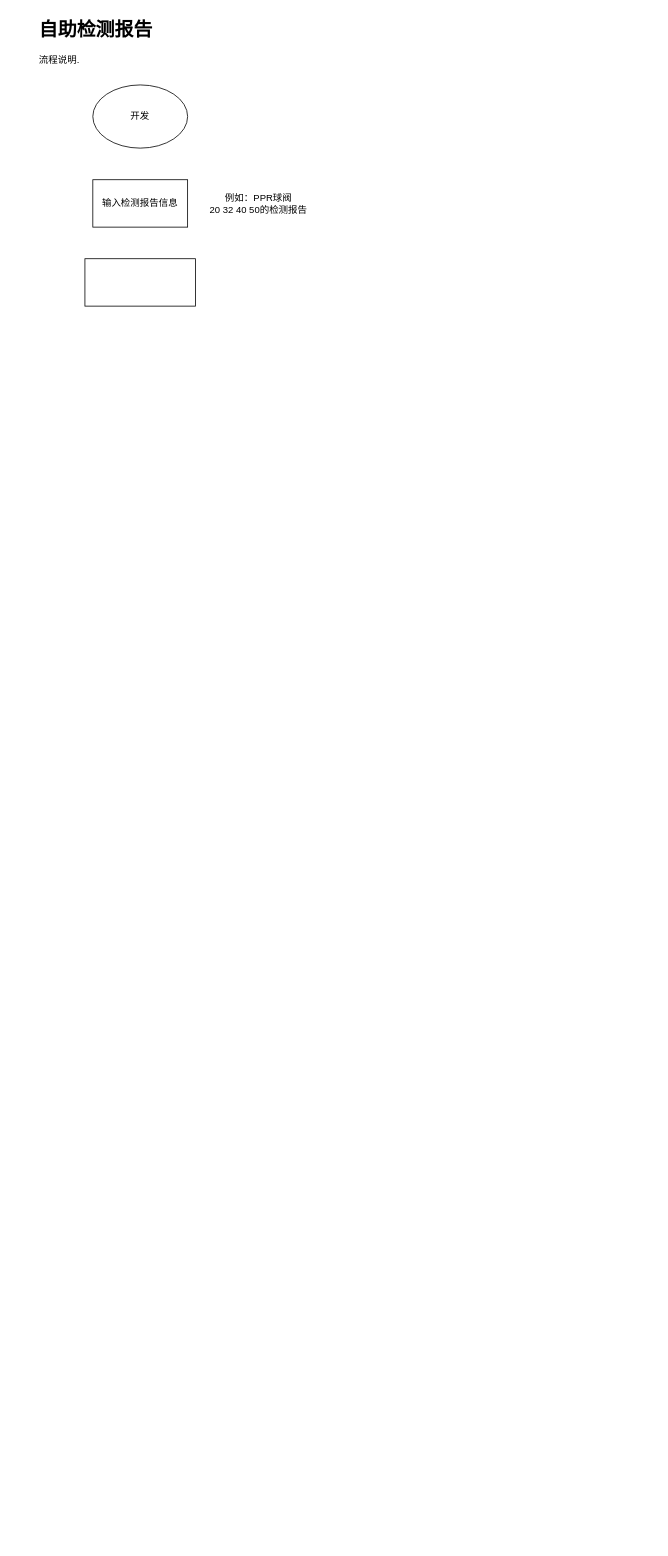
Above: page "AI" (2 of 3) of Vasen.drawio in CongMinYin/flow (draw.io), before the change. Source tidied: cells renumbered, new cells numbered last; positions are measured from the earlier drawing's top-left corner, leaving out a move shared by most shapes. Both pictures are drawn from the tidied source at 79%, with x=0, y=0 at pixel (37, 13).
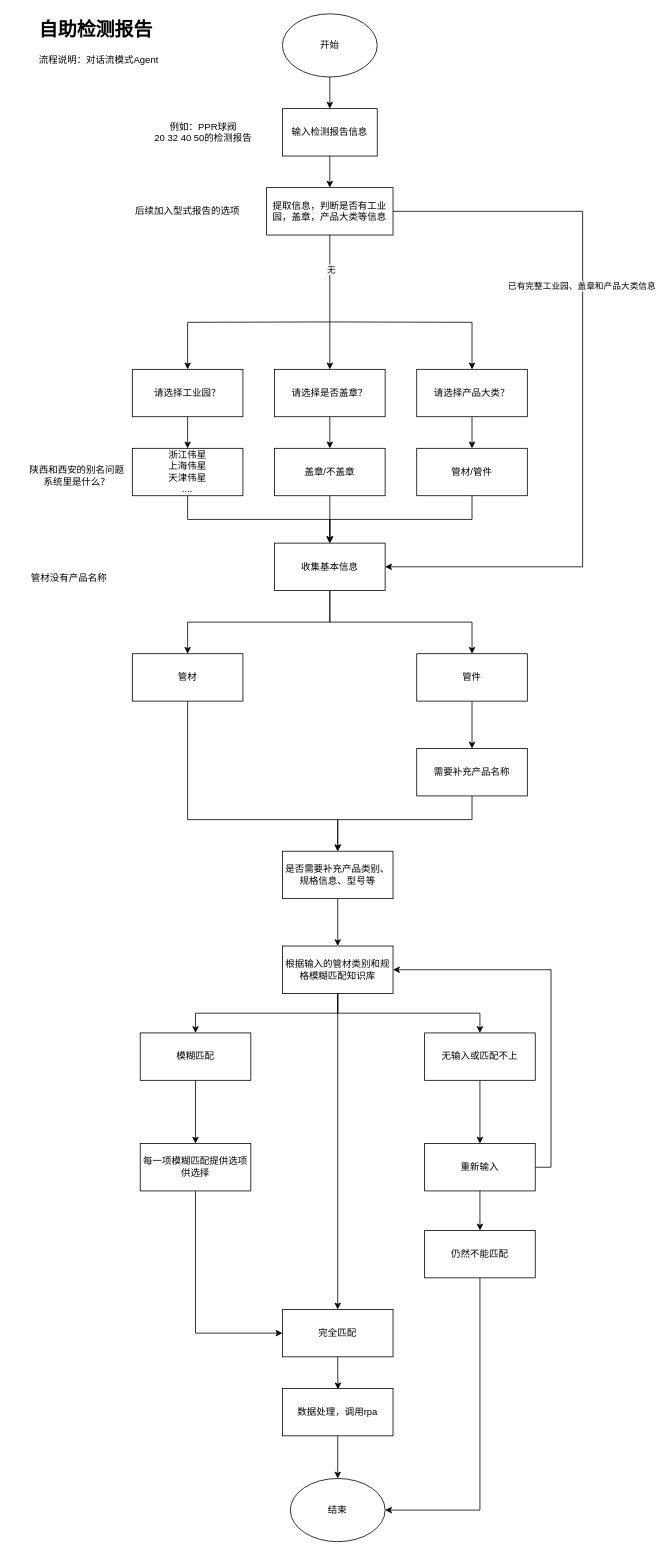
Above is the later version.

What changed in the source:
```diff
@@
-    <mxCell id="2" value="&lt;h1 style=&quot;margin-top: 0px;&quot;&gt;自助检测报告&lt;/h1&gt;&lt;p&gt;流程说明.&lt;/p&gt;" style="text;html=1;whiteSpace=wrap;overflow=hidden;rounded=0;" parent="1" vertex="1">
+    <mxCell id="2" value="&lt;h1 style=&quot;margin-top: 0px;&quot;&gt;自助检测报告&lt;/h1&gt;&lt;p&gt;流程说明：对话流模式Agent&lt;/p&gt;" style="text;html=1;whiteSpace=wrap;overflow=hidden;rounded=0;" parent="1" vertex="1">
       <mxGeometry width="180" height="120" as="geometry" />
     </mxCell>
+    <mxCell id="7" style="edgeStyle=orthogonalEdgeStyle;rounded=0;jettySize=auto;html=1;exitX=0.5;exitY=1;exitDx=0;exitDy=0;" parent="1" edge="1" source="3" target="4">
+      <mxGeometry relative="1" as="geometry" />
+    </mxCell>
-    <mxCell id="3" value="开发" style="ellipse;whiteSpace=wrap;html=1;" parent="1" vertex="1">
-      <mxGeometry x="70" y="90" width="120" height="80" as="geometry" />
+    <mxCell id="3" value="开始" style="ellipse;whiteSpace=wrap;html=1;" parent="1" vertex="1">
+      <mxGeometry x="310" width="120" height="80" as="geometry" />
     </mxCell>
+    <mxCell id="8" style="edgeStyle=orthogonalEdgeStyle;rounded=0;jettySize=auto;html=1;exitX=0.5;exitY=1;exitDx=0;exitDy=0;entryX=0.5;entryY=0;entryDx=0;entryDy=0;" parent="1" edge="1" source="4" target="17">
+      <mxGeometry relative="1" as="geometry" />
+    </mxCell>
     <mxCell id="4" value="输入检测报告信息" style="rounded=0;whiteSpace=wrap;html=1;" parent="1" vertex="1">
-      <mxGeometry x="70" y="210" width="120" height="60" as="geometry" />
+      <mxGeometry x="310" y="120" width="120" height="60" as="geometry" />
     </mxCell>
+    <mxCell id="9" style="edgeStyle=orthogonalEdgeStyle;rounded=0;jettySize=auto;html=1;exitX=0.5;exitY=1;exitDx=0;exitDy=0;entryX=0.5;entryY=0;entryDx=0;entryDy=0;" parent="1" edge="1" source="5" target="23">
+      <mxGeometry relative="1" as="geometry" />
+    </mxCell>
-    <mxCell id="5" style="rounded=0;whiteSpace=wrap;html=1;" parent="1" vertex="1">
-      <mxGeometry x="60" y="310" width="140" height="60" as="geometry" />
+    <mxCell id="5" value="请选择工业园？" style="rounded=0;whiteSpace=wrap;html=1;" parent="1" vertex="1">
+      <mxGeometry x="120" y="450" width="140" height="60" as="geometry" />
     </mxCell>
     <mxCell id="6" value="例如：&lt;span style=&quot;color: light-dark(rgb(0, 0, 0), rgb(255, 255, 255)); background-color: transparent; text-align: left;&quot;&gt;PPR球阀20&amp;nbsp;32&amp;nbsp;40&amp;nbsp;50的检测报告&lt;/span&gt;" style="text;html=1;whiteSpace=wrap;strokeColor=none;fillColor=none;align=center;verticalAlign=middle;rounded=0;" parent="1" vertex="1">
-      <mxGeometry x="210" y="225" width="140" height="30" as="geometry" />
+      <mxGeometry x="140" y="135" width="140" height="30" as="geometry" />
     </mxCell>
+    <mxCell id="10" style="edgeStyle=orthogonalEdgeStyle;rounded=0;jettySize=auto;html=1;exitX=0.5;exitY=1;exitDx=0;exitDy=0;" parent="1" edge="1" source="11" target="30">
+      <mxGeometry relative="1" as="geometry" />
+    </mxCell>
+    <mxCell id="11" value="请选择产品大类？" style="rounded=0;whiteSpace=wrap;html=1;" parent="1" vertex="1">
+      <mxGeometry x="480" y="450" width="140" height="60" as="geometry" />
+    </mxCell>
+    <mxCell id="12" value="后续加入型式报告的选项" style="text;html=1;whiteSpace=wrap;strokeColor=none;fillColor=none;align=center;verticalAlign=middle;rounded=0;" parent="1" vertex="1">
+      <mxGeometry x="120" y="235" width="140" height="30" as="geometry" />
+    </mxCell>
+    <mxCell id="13" style="edgeStyle=orthogonalEdgeStyle;rounded=0;jettySize=auto;html=1;exitX=0.5;exitY=1;exitDx=0;exitDy=0;" parent="1" edge="1" source="17" target="21">
+      <mxGeometry relative="1" as="geometry" />
+    </mxCell>
+    <mxCell id="14" value="无" style="edgeLabel;html=1;align=center;verticalAlign=middle;" parent="13" vertex="1">
+      <mxGeometry x="-0.5" y="1" relative="1" as="geometry" />
+    </mxCell>
+    <mxCell id="15" style="edgeStyle=orthogonalEdgeStyle;rounded=0;jettySize=auto;html=1;exitX=1;exitY=0.5;exitDx=0;exitDy=0;entryX=1;entryY=0.5;entryDx=0;entryDy=0;" parent="1" edge="1" source="17" target="60">
+      <mxGeometry relative="1" as="geometry">
+        <Array as="points">
+          <mxPoint x="690" y="250" />
+          <mxPoint x="690" y="700" />
+        </Array>
+      </mxGeometry>
+    </mxCell>
+    <mxCell id="16" value="已有完整工业园、盖章和产品大类信息" style="edgeLabel;html=1;align=center;verticalAlign=middle;" parent="15" vertex="1">
+      <mxGeometry x="-0.29" y="-2" relative="1" as="geometry" />
+    </mxCell>
+    <mxCell id="17" value="提取信息，判断是否有工业园，盖章，产品大类等信息" style="rounded=0;whiteSpace=wrap;html=1;" parent="1" vertex="1">
+      <mxGeometry x="290" y="220" width="160" height="60" as="geometry" />
+    </mxCell>
+    <mxCell id="18" style="edgeStyle=orthogonalEdgeStyle;rounded=0;jettySize=auto;html=1;exitX=0.5;exitY=1;exitDx=0;exitDy=0;entryX=0.5;entryY=0;entryDx=0;entryDy=0;" parent="1" edge="1" target="5">
+      <mxGeometry relative="1" as="geometry">
+        <mxPoint x="370" y="390" as="sourcePoint" />
+      </mxGeometry>
+    </mxCell>
+    <mxCell id="19" style="edgeStyle=orthogonalEdgeStyle;rounded=0;jettySize=auto;html=1;exitX=0.5;exitY=1;exitDx=0;exitDy=0;" parent="1" edge="1" target="11">
+      <mxGeometry relative="1" as="geometry">
+        <mxPoint x="370" y="390" as="sourcePoint" />
+      </mxGeometry>
+    </mxCell>
+    <mxCell id="20" style="edgeStyle=orthogonalEdgeStyle;rounded=0;jettySize=auto;html=1;exitX=0.5;exitY=1;exitDx=0;exitDy=0;" parent="1" edge="1" source="21" target="26">
+      <mxGeometry relative="1" as="geometry" />
+    </mxCell>
+    <mxCell id="21" value="请选择是否盖章？" style="rounded=0;whiteSpace=wrap;html=1;" parent="1" vertex="1">
+      <mxGeometry x="300" y="450" width="140" height="60" as="geometry" />
+    </mxCell>
+    <mxCell id="22" style="edgeStyle=orthogonalEdgeStyle;rounded=0;jettySize=auto;html=1;exitX=0.5;exitY=1;exitDx=0;exitDy=0;entryX=0.5;entryY=0;entryDx=0;entryDy=0;" parent="1" edge="1" source="23" target="60">
+      <mxGeometry relative="1" as="geometry" />
+    </mxCell>
+    <mxCell id="23" value="浙江伟星&lt;div&gt;上海伟星&lt;/div&gt;&lt;div&gt;天津伟星&lt;/div&gt;&lt;div&gt;....&lt;/div&gt;" style="rounded=0;whiteSpace=wrap;html=1;" parent="1" vertex="1">
+      <mxGeometry x="120" y="550" width="140" height="60" as="geometry" />
+    </mxCell>
+    <mxCell id="24" value="陕西和西安的别名问题&lt;div&gt;系统里是什么？&lt;/div&gt;" style="text;html=1;whiteSpace=wrap;strokeColor=none;fillColor=none;align=center;verticalAlign=middle;rounded=0;" parent="1" vertex="1">
+      <mxGeometry x="-20" y="570" width="140" height="30" as="geometry" />
+    </mxCell>
+    <mxCell id="25" style="edgeStyle=orthogonalEdgeStyle;rounded=0;jettySize=auto;html=1;exitX=0.5;exitY=1;exitDx=0;exitDy=0;entryX=0.5;entryY=0;entryDx=0;entryDy=0;" parent="1" edge="1" source="26" target="60">
+      <mxGeometry relative="1" as="geometry" />
+    </mxCell>
+    <mxCell id="26" value="盖章/不盖章" style="rounded=0;whiteSpace=wrap;html=1;" parent="1" vertex="1">
+      <mxGeometry x="300" y="550" width="140" height="60" as="geometry" />
+    </mxCell>
+    <mxCell id="27" style="edgeStyle=orthogonalEdgeStyle;rounded=0;jettySize=auto;html=1;exitX=0.5;exitY=1;exitDx=0;exitDy=0;entryX=0.5;entryY=0;entryDx=0;entryDy=0;" parent="1" edge="1" source="60" target="34">
+      <mxGeometry relative="1" as="geometry" />
+    </mxCell>
+    <mxCell id="28" style="edgeStyle=orthogonalEdgeStyle;rounded=0;jettySize=auto;html=1;exitX=0.5;exitY=1;exitDx=0;exitDy=0;entryX=0.5;entryY=0;entryDx=0;entryDy=0;" parent="1" edge="1" source="60" target="32">
+      <mxGeometry relative="1" as="geometry" />
+    </mxCell>
+    <mxCell id="29" style="edgeStyle=orthogonalEdgeStyle;rounded=0;jettySize=auto;html=1;exitX=0.5;exitY=1;exitDx=0;exitDy=0;entryX=0.5;entryY=0;entryDx=0;entryDy=0;" parent="1" edge="1" source="30" target="60">
+      <mxGeometry relative="1" as="geometry" />
+    </mxCell>
+    <mxCell id="30" value="管材/管件" style="rounded=0;whiteSpace=wrap;html=1;" parent="1" vertex="1">
+      <mxGeometry x="480" y="550" width="140" height="60" as="geometry" />
+    </mxCell>
+    <mxCell id="31" style="edgeStyle=orthogonalEdgeStyle;rounded=0;jettySize=auto;html=1;exitX=0.5;exitY=1;exitDx=0;exitDy=0;" parent="1" edge="1" source="32" target="43">
+      <mxGeometry relative="1" as="geometry" />
+    </mxCell>
+    <mxCell id="32" value="管件" style="rounded=0;whiteSpace=wrap;html=1;" parent="1" vertex="1">
+      <mxGeometry x="480" y="810" width="140" height="60" as="geometry" />
+    </mxCell>
+    <mxCell id="33" style="edgeStyle=orthogonalEdgeStyle;rounded=0;jettySize=auto;html=1;exitX=0.5;exitY=1;exitDx=0;exitDy=0;" parent="1" edge="1" source="34" target="37">
+      <mxGeometry relative="1" as="geometry">
+        <Array as="points">
+          <mxPoint x="190" y="1020" />
+          <mxPoint x="380" y="1020" />
+        </Array>
+      </mxGeometry>
+    </mxCell>
+    <mxCell id="34" value="管材" style="rounded=0;whiteSpace=wrap;html=1;" parent="1" vertex="1">
+      <mxGeometry x="120" y="810" width="140" height="60" as="geometry" />
+    </mxCell>
+    <mxCell id="35" value="管材没有产品名称" style="text;html=1;whiteSpace=wrap;strokeColor=none;fillColor=none;align=center;verticalAlign=middle;rounded=0;" parent="1" vertex="1">
+      <mxGeometry x="-30" y="700" width="140" height="30" as="geometry" />
+    </mxCell>
+    <mxCell id="36" style="edgeStyle=orthogonalEdgeStyle;rounded=0;jettySize=auto;html=1;exitX=0.5;exitY=1;exitDx=0;exitDy=0;" parent="1" edge="1" source="37" target="41">
+      <mxGeometry relative="1" as="geometry" />
+    </mxCell>
+    <mxCell id="37" value="是否需要补充产品类别、规格信息、型号等" style="rounded=0;whiteSpace=wrap;html=1;" parent="1" vertex="1">
+      <mxGeometry x="310" y="1060" width="140" height="60" as="geometry" />
+    </mxCell>
+    <mxCell id="38" style="edgeStyle=orthogonalEdgeStyle;rounded=0;jettySize=auto;html=1;exitX=0.5;exitY=1;exitDx=0;exitDy=0;" parent="1" edge="1" source="41" target="47">
+      <mxGeometry relative="1" as="geometry" />
+    </mxCell>
+    <mxCell id="39" style="edgeStyle=orthogonalEdgeStyle;rounded=0;jettySize=auto;html=1;exitX=0.5;exitY=1;exitDx=0;exitDy=0;" parent="1" edge="1" source="41" target="44">
+      <mxGeometry relative="1" as="geometry" />
+    </mxCell>
+    <mxCell id="40" style="edgeStyle=orthogonalEdgeStyle;rounded=0;jettySize=auto;html=1;exitX=0.5;exitY=1;exitDx=0;exitDy=0;" parent="1" edge="1" source="41" target="45">
+      <mxGeometry relative="1" as="geometry" />
+    </mxCell>
+    <mxCell id="41" value="根据输入的管材类别和规格模糊匹配知识库" style="rounded=0;whiteSpace=wrap;html=1;" parent="1" vertex="1">
+      <mxGeometry x="310" y="1180" width="140" height="60" as="geometry" />
+    </mxCell>
+    <mxCell id="42" style="edgeStyle=orthogonalEdgeStyle;rounded=0;jettySize=auto;html=1;exitX=0.5;exitY=1;exitDx=0;exitDy=0;entryX=0.5;entryY=0;entryDx=0;entryDy=0;" parent="1" edge="1" source="43" target="37">
+      <mxGeometry relative="1" as="geometry">
+        <Array as="points">
+          <mxPoint x="550" y="1020" />
+          <mxPoint x="380" y="1020" />
+        </Array>
+      </mxGeometry>
+    </mxCell>
+    <mxCell id="43" value="需要补充产品名称" style="rounded=0;whiteSpace=wrap;html=1;" parent="1" vertex="1">
+      <mxGeometry x="480" y="930" width="140" height="60" as="geometry" />
+    </mxCell>
+    <mxCell id="44" value="模糊匹配" style="rounded=0;whiteSpace=wrap;html=1;" parent="1" vertex="1">
+      <mxGeometry x="130" y="1290" width="140" height="60" as="geometry" />
+    </mxCell>
+    <mxCell id="45" value="完全匹配" style="rounded=0;whiteSpace=wrap;html=1;" parent="1" vertex="1">
+      <mxGeometry x="310" y="1640" width="140" height="60" as="geometry" />
+    </mxCell>
+    <mxCell id="46" style="edgeStyle=orthogonalEdgeStyle;rounded=0;jettySize=auto;html=1;exitX=0.5;exitY=1;exitDx=0;exitDy=0;entryX=0.5;entryY=0;entryDx=0;entryDy=0;" parent="1" edge="1" source="47" target="52">
+      <mxGeometry relative="1" as="geometry" />
+    </mxCell>
+    <mxCell id="47" value="无输入或匹配不上" style="rounded=0;whiteSpace=wrap;html=1;" parent="1" vertex="1">
+      <mxGeometry x="490" y="1290" width="140" height="60" as="geometry" />
+    </mxCell>
+    <mxCell id="48" style="edgeStyle=orthogonalEdgeStyle;rounded=0;jettySize=auto;html=1;exitX=0.5;exitY=1;exitDx=0;exitDy=0;entryX=0;entryY=0.5;entryDx=0;entryDy=0;" parent="1" edge="1" source="49" target="45">
+      <mxGeometry relative="1" as="geometry" />
+    </mxCell>
+    <mxCell id="49" value="每一项模糊匹配提供选项供选择" style="rounded=0;whiteSpace=wrap;html=1;" parent="1" vertex="1">
+      <mxGeometry x="130" y="1430" width="140" height="60" as="geometry" />
+    </mxCell>
+    <mxCell id="50" style="edgeStyle=orthogonalEdgeStyle;rounded=0;jettySize=auto;html=1;exitX=1;exitY=0.5;exitDx=0;exitDy=0;entryX=1;entryY=0.5;entryDx=0;entryDy=0;" parent="1" edge="1" source="52" target="41">
+      <mxGeometry relative="1" as="geometry" />
+    </mxCell>
+    <mxCell id="51" style="edgeStyle=orthogonalEdgeStyle;rounded=0;jettySize=auto;html=1;exitX=0.5;exitY=1;exitDx=0;exitDy=0;entryX=0.5;entryY=0;entryDx=0;entryDy=0;" parent="1" edge="1" source="52" target="55">
+      <mxGeometry relative="1" as="geometry" />
+    </mxCell>
+    <mxCell id="52" value="重新输入" style="rounded=0;whiteSpace=wrap;html=1;" parent="1" vertex="1">
+      <mxGeometry x="490" y="1430" width="140" height="60" as="geometry" />
+    </mxCell>
+    <mxCell id="53" style="edgeStyle=orthogonalEdgeStyle;rounded=0;jettySize=auto;html=1;entryX=0.5;entryY=0;entryDx=0;entryDy=0;" parent="1" edge="1" source="44" target="49">
+      <mxGeometry relative="1" as="geometry" />
+    </mxCell>
+    <mxCell id="54" style="edgeStyle=orthogonalEdgeStyle;rounded=0;jettySize=auto;html=1;exitX=0.5;exitY=1;exitDx=0;exitDy=0;entryX=1;entryY=0.5;entryDx=0;entryDy=0;" parent="1" edge="1" source="55" target="56">
+      <mxGeometry relative="1" as="geometry" />
+    </mxCell>
+    <mxCell id="55" value="仍然不能匹配" style="rounded=0;whiteSpace=wrap;html=1;" parent="1" vertex="1">
+      <mxGeometry x="490" y="1540" width="140" height="60" as="geometry" />
+    </mxCell>
+    <mxCell id="56" value="结束" style="ellipse;whiteSpace=wrap;html=1;" parent="1" vertex="1">
+      <mxGeometry x="320" y="1854" width="120" height="80" as="geometry" />
+    </mxCell>
+    <mxCell id="57" style="edgeStyle=orthogonalEdgeStyle;rounded=0;jettySize=auto;html=1;exitX=0.5;exitY=1;exitDx=0;exitDy=0;" parent="1" edge="1" source="58" target="56">
+      <mxGeometry relative="1" as="geometry" />
+    </mxCell>
+    <mxCell id="58" value="数据处理，调用rpa" style="rounded=0;whiteSpace=wrap;html=1;" parent="1" vertex="1">
+      <mxGeometry x="310" y="1740" width="140" height="60" as="geometry" />
+    </mxCell>
+    <mxCell id="59" style="edgeStyle=orthogonalEdgeStyle;rounded=0;jettySize=auto;html=1;exitX=0.5;exitY=1;exitDx=0;exitDy=0;entryX=0.503;entryY=0.019;entryDx=0;entryDy=0;entryPerimeter=0;" parent="1" edge="1" source="45" target="58">
+      <mxGeometry relative="1" as="geometry" />
+    </mxCell>
+    <mxCell id="60" value="收集基本信息" style="rounded=0;whiteSpace=wrap;html=1;" parent="1" vertex="1">
+      <mxGeometry x="300" y="670" width="140" height="60" as="geometry" />
+    </mxCell>
```
